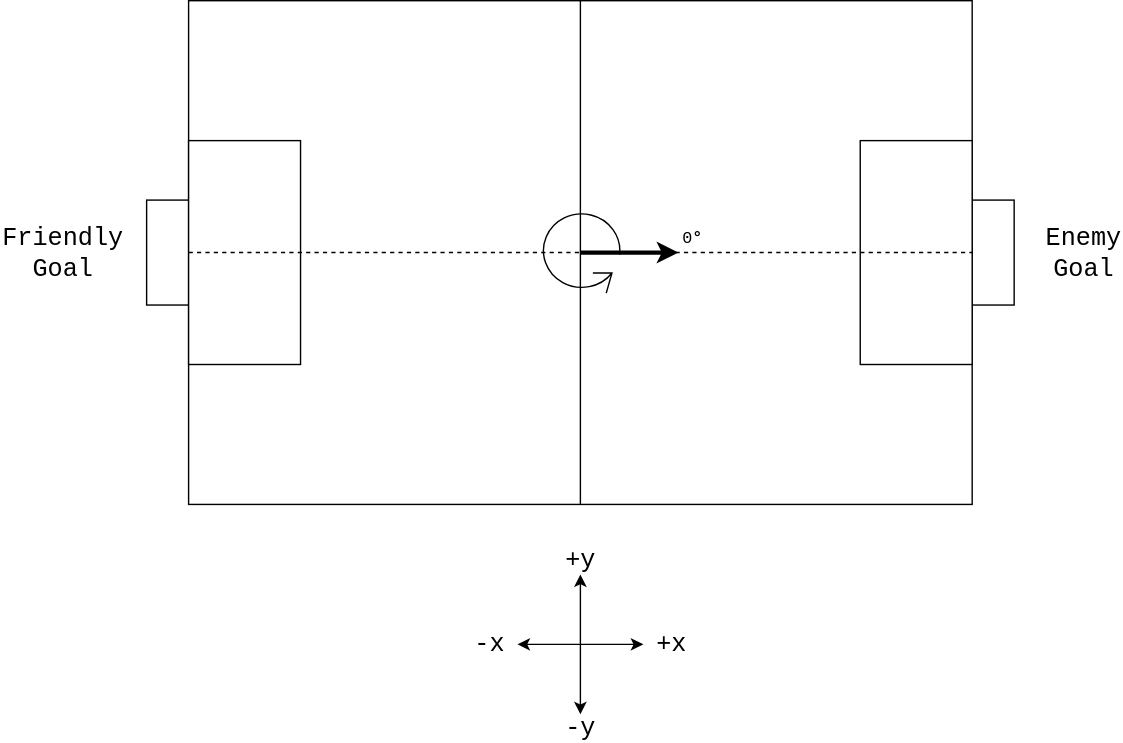
This is docs/images/angle_convention_diagram.svg from UBC-Thunderbots/Software, a draw.io export, as it was before one commit. Source tidied: cells renumbered, new cells last; positions are measured from the earlier drawing's top-left corner, leaving out a move shared by most shapes.
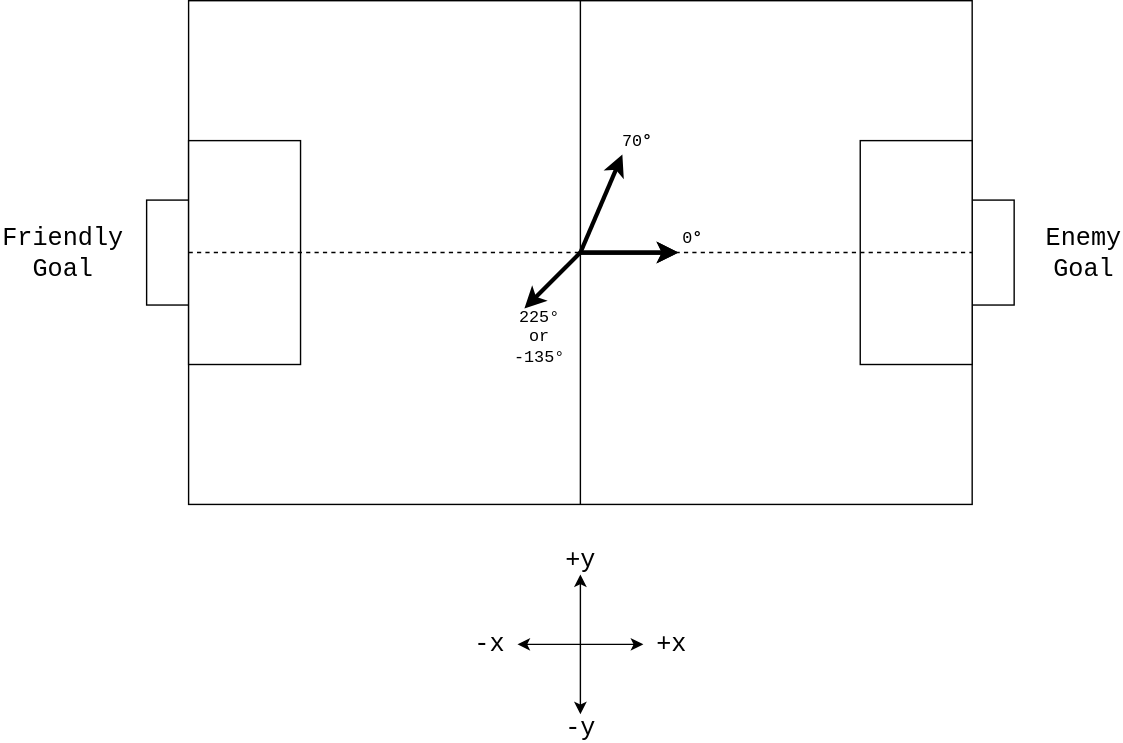
Above is the later version.

What changed in the source:
```diff
@@ -62,8 +62,29 @@
     <mxCell id="18" value="0&lt;b&gt;°&lt;/b&gt;" style="text;html=1;strokeColor=none;fillColor=none;align=center;verticalAlign=middle;whiteSpace=wrap;rounded=0;fontFamily=Courier New;" parent="1" vertex="1">
       <mxGeometry x="450" y="160" width="40" height="20" as="geometry" />
     </mxCell>
-    <mxCell id="19" style="shape=mxgraph.bpmn.loop;html=1;fontFamily=Courier New;rotation=-90;" parent="1" vertex="1">
-      <mxGeometry x="360.5" y="150" width="59" height="59" as="geometry" />
-    </mxCell>
+    <mxCell id="20" style="endArrow=classic;html=1;strokeWidth=3;" parent="1" edge="1">
+      <mxGeometry relative="1" as="geometry">
+        <mxPoint x="390" y="180" as="sourcePoint" />
+        <mxPoint x="460" y="180" as="targetPoint" />
+      </mxGeometry>
+    </mxCell>
+    <mxCell id="21" style="endArrow=classic;html=1;strokeWidth=3;fontFamily=Courier New;" parent="1" edge="1">
+      <mxGeometry relative="1" as="geometry">
+        <mxPoint x="390" y="180" as="sourcePoint" />
+        <mxPoint x="350" y="220" as="targetPoint" />
+      </mxGeometry>
+    </mxCell>
+    <mxCell id="22" value="225°&lt;br&gt;or&lt;br&gt;-135°" style="text;html=1;strokeColor=none;fillColor=none;align=center;verticalAlign=middle;whiteSpace=wrap;rounded=0;fontFamily=Courier New;" parent="1" vertex="1">
+      <mxGeometry x="340" y="230" width="40" height="20" as="geometry" />
+    </mxCell>
+    <mxCell id="23" style="endArrow=classic;html=1;strokeWidth=3;fontFamily=Courier New;" parent="1" edge="1">
+      <mxGeometry relative="1" as="geometry">
+        <mxPoint x="390" y="180" as="sourcePoint" />
+        <mxPoint x="420" y="110" as="targetPoint" />
+      </mxGeometry>
+    </mxCell>
+    <mxCell id="24" value="70&lt;b&gt;°&lt;/b&gt;" style="text;html=1;strokeColor=none;fillColor=none;align=center;verticalAlign=middle;whiteSpace=wrap;rounded=0;fontFamily=Courier New;" parent="1" vertex="1">
+      <mxGeometry x="410" y="90" width="40" height="20" as="geometry" />
+    </mxCell>
   </root>
 </mxGraphModel>
```
